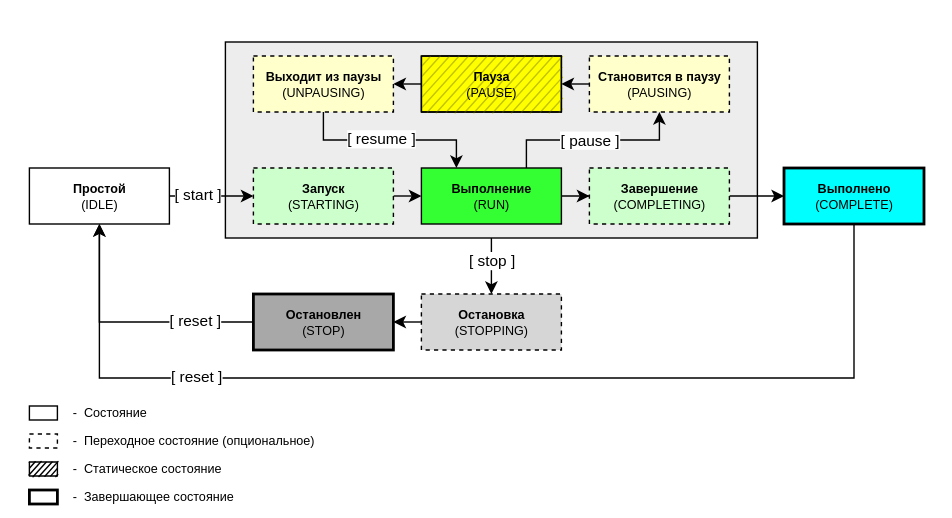
savushkin-r-d/EasyEPLANner keeps this draw.io diagram as docs/user_manual/images/states_transition.svg. Above is the earlier version. Source tidied: cells renumbered, new cells last; positions are measured from the earlier drawing's top-left corner, leaving out a move shared by most shapes.
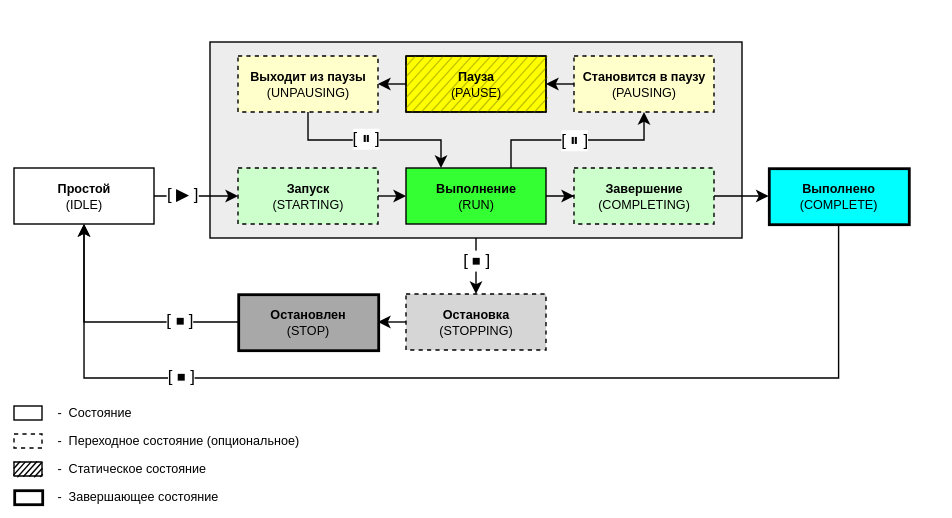
The same file after the commit.

What changed in the source:
```diff
@@ -2,28 +2,28 @@
   <root>
     <mxCell id="0" />
     <mxCell id="1" parent="0" />
-    <mxCell id="2" style="rounded=0;whiteSpace=wrap;html=1;strokeColor=none;" parent="1" vertex="1">
-      <mxGeometry width="680" height="370" as="geometry" />
-    </mxCell>
+    <mxCell id="41" style="rounded=0;whiteSpace=wrap;html=1;strokeColor=none;" parent="1" vertex="1">
+      <mxGeometry x="11" width="680" height="370" as="geometry" />
+    </mxCell>
     <mxCell id="3" style="edgeStyle=orthogonalEdgeStyle;rounded=0;jettySize=auto;html=1;exitX=0.5;exitY=1;exitDx=0;exitDy=0;entryX=0.5;entryY=0;entryDx=0;entryDy=0;" parent="1" edge="1" source="5" target="31">
       <mxGeometry relative="1" as="geometry" />
     </mxCell>
-    <mxCell id="4" value="[ stop ]" style="edgeLabel;html=1;align=center;verticalAlign=middle;" parent="3" vertex="1">
-      <mxGeometry x="-0.2" y="2" relative="1" as="geometry">
-        <mxPoint x="-2" as="offset" />
-      </mxGeometry>
-    </mxCell>
+    <mxCell id="42" value="[&amp;nbsp;⏹ ]" style="edgeLabel;html=1;align=center;verticalAlign=middle;fontSize=12;" parent="3" vertex="1">
+      <mxGeometry x="-0.2" y="2" relative="1" as="geometry">
+        <mxPoint x="-2" as="offset" />
+      </mxGeometry>
+    </mxCell>
     <mxCell id="5" style="rounded=0;whiteSpace=wrap;html=1;strokeColor=default;fillColor=light-dark(#ededed, #ededed);" parent="1" vertex="1">
       <mxGeometry x="161" y="30" width="380" height="140" as="geometry" />
     </mxCell>
     <mxCell id="6" style="edgeStyle=orthogonalEdgeStyle;rounded=0;jettySize=auto;html=1;exitX=1;exitY=0.5;exitDx=0;exitDy=0;entryX=0;entryY=0.5;entryDx=0;entryDy=0;" parent="1" edge="1" source="8" target="10">
       <mxGeometry relative="1" as="geometry" />
     </mxCell>
-    <mxCell id="7" value="[ start ]" style="edgeLabel;html=1;align=center;verticalAlign=middle;" parent="6" vertex="1">
-      <mxGeometry x="-0.35" y="2" relative="1" as="geometry">
-        <mxPoint y="1" as="offset" />
-      </mxGeometry>
-    </mxCell>
+    <mxCell id="43" value="[&amp;nbsp;▶ ]" style="edgeLabel;html=1;align=center;verticalAlign=middle;fontSize=12;" parent="6" vertex="1">
+      <mxGeometry x="-0.35" y="2" relative="1" as="geometry">
+        <mxPoint y="1" as="offset" />
+      </mxGeometry>
+    </mxCell>
     <mxCell id="8" value="&lt;b&gt;Простой&lt;/b&gt;&lt;div&gt;(IDLE)&lt;/div&gt;" style="rounded=0;whiteSpace=wrap;html=1;fontSize=9;" parent="1" vertex="1">
       <mxGeometry x="21" y="120" width="100" height="40" as="geometry" />
     </mxCell>
@@ -39,11 +39,11 @@
     <mxCell id="12" style="edgeStyle=orthogonalEdgeStyle;rounded=0;jettySize=auto;html=1;exitX=0.75;exitY=0;exitDx=0;exitDy=0;entryX=0.5;entryY=1;entryDx=0;entryDy=0;" parent="1" edge="1" source="14" target="26">
       <mxGeometry relative="1" as="geometry" />
     </mxCell>
-    <mxCell id="13" value="[ pause ]" style="edgeLabel;html=1;align=center;verticalAlign=middle;" parent="12" vertex="1">
-      <mxGeometry x="-0.12" y="-1" relative="1" as="geometry">
-        <mxPoint x="6" y="-1" as="offset" />
-      </mxGeometry>
-    </mxCell>
+    <mxCell id="44" value="[&amp;nbsp;⏸ ]" style="edgeLabel;html=1;align=center;verticalAlign=middle;fontSize=12;" parent="12" vertex="1">
+      <mxGeometry x="-0.12" y="-1" relative="1" as="geometry">
+        <mxPoint x="6" y="-1" as="offset" />
+      </mxGeometry>
+    </mxCell>
     <mxCell id="14" value="&lt;b&gt;Выполнение&lt;/b&gt;&lt;br&gt;&lt;div&gt;(RUN)&lt;/div&gt;" style="rounded=0;whiteSpace=wrap;html=1;fontSize=9;fillColor=light-dark(#33ff33, #ededed);" parent="1" vertex="1">
       <mxGeometry x="301" y="120" width="100" height="40" as="geometry" />
     </mxCell>
@@ -61,20 +61,20 @@
         </Array>
       </mxGeometry>
     </mxCell>
-    <mxCell id="18" value="[ reset ]" style="edgeLabel;html=1;align=center;verticalAlign=middle;" parent="17" vertex="1">
-      <mxGeometry x="0.06" y="2" relative="1" as="geometry">
-        <mxPoint x="-177" y="-3" as="offset" />
-      </mxGeometry>
-    </mxCell>
+    <mxCell id="45" value="[&amp;nbsp;⏹ ]" style="edgeLabel;html=1;align=center;verticalAlign=middle;fontSize=12;" parent="17" vertex="1">
+      <mxGeometry x="0.06" y="2" relative="1" as="geometry">
+        <mxPoint x="-177" y="-3" as="offset" />
+      </mxGeometry>
+    </mxCell>
     <mxCell id="19" value="&lt;b&gt;Выполнено&lt;/b&gt;&lt;br&gt;&lt;div&gt;(COMPLETE)&lt;/div&gt;" style="rounded=0;whiteSpace=wrap;html=1;fontSize=9;strokeWidth=2;gradientColor=none;fillColor=light-dark(#00FFFF,#EDEDED);fillStyle=auto;" parent="1" vertex="1">
       <mxGeometry x="560" y="120" width="100" height="40" as="geometry" />
     </mxCell>
     <mxCell id="20" style="edgeStyle=orthogonalEdgeStyle;rounded=0;jettySize=auto;html=1;exitX=0.5;exitY=1;exitDx=0;exitDy=0;entryX=0.25;entryY=0;entryDx=0;entryDy=0;" parent="1" edge="1" source="22" target="14">
       <mxGeometry relative="1" as="geometry" />
     </mxCell>
-    <mxCell id="21" value="[ resume ]" style="edgeLabel;html=1;align=center;verticalAlign=middle;" parent="20" vertex="1">
-      <mxGeometry x="-0.1" y="1" relative="1" as="geometry" />
-    </mxCell>
+    <mxCell id="46" value="[ ⏸ ]" style="edgeLabel;html=1;align=center;verticalAlign=middle;fontSize=12;" parent="20" vertex="1">
+      <mxGeometry x="-0.1" y="1" relative="1" as="geometry" />
+    </mxCell>
     <mxCell id="22" value="&lt;b&gt;Выходит из паузы&lt;/b&gt;&lt;br&gt;&lt;div&gt;(UNPAUSING)&lt;/div&gt;" style="rounded=0;whiteSpace=wrap;html=1;fontSize=9;dashed=1;fillColor=light-dark(#ffffcc, #ededed);" parent="1" vertex="1">
       <mxGeometry x="181" y="40" width="100" height="40" as="geometry" />
     </mxCell>
@@ -93,11 +93,11 @@
     <mxCell id="27" style="edgeStyle=orthogonalEdgeStyle;rounded=0;jettySize=auto;html=1;exitX=0;exitY=0.5;exitDx=0;exitDy=0;entryX=0.5;entryY=1;entryDx=0;entryDy=0;" parent="1" edge="1" source="29" target="8">
       <mxGeometry relative="1" as="geometry" />
     </mxCell>
-    <mxCell id="28" value="[ reset ]" style="edgeLabel;html=1;align=center;verticalAlign=middle;" parent="27" vertex="1">
-      <mxGeometry x="-0.36" relative="1" as="geometry">
-        <mxPoint x="15" y="-1" as="offset" />
-      </mxGeometry>
-    </mxCell>
+    <mxCell id="47" value="[&amp;nbsp;⏹ ]" style="edgeLabel;html=1;align=center;verticalAlign=middle;fontSize=12;" parent="27" vertex="1">
+      <mxGeometry x="-0.36" relative="1" as="geometry">
+        <mxPoint x="15" y="-1" as="offset" />
+      </mxGeometry>
+    </mxCell>
     <mxCell id="29" value="&lt;b&gt;Остановлен&lt;/b&gt;&lt;br&gt;&lt;div&gt;(STOP)&lt;/div&gt;" style="rounded=0;whiteSpace=wrap;html=1;fontSize=9;strokeWidth=2;fillStyle=auto;fillColor=light-dark(#a8a8a8, #ededed);gradientColor=none;fillOpacity=100;" parent="1" vertex="1">
       <mxGeometry x="181" y="210" width="100" height="40" as="geometry" />
     </mxCell>
```
